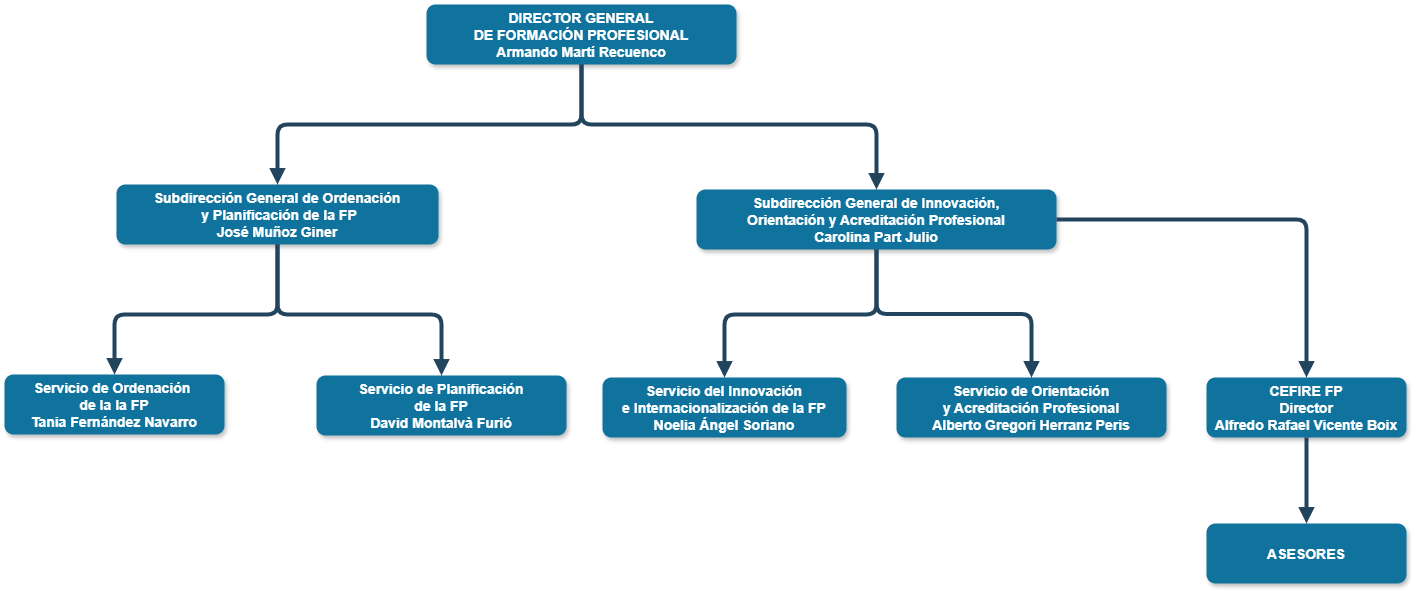
Before: docs/images/organigrama.png, a diagram exported from draw.io (cefirefp/cefirefp.github.io). Source tidied: cells renumbered, new cells last; positions are measured from the earlier drawing's top-left corner, leaving out a move shared by most shapes.
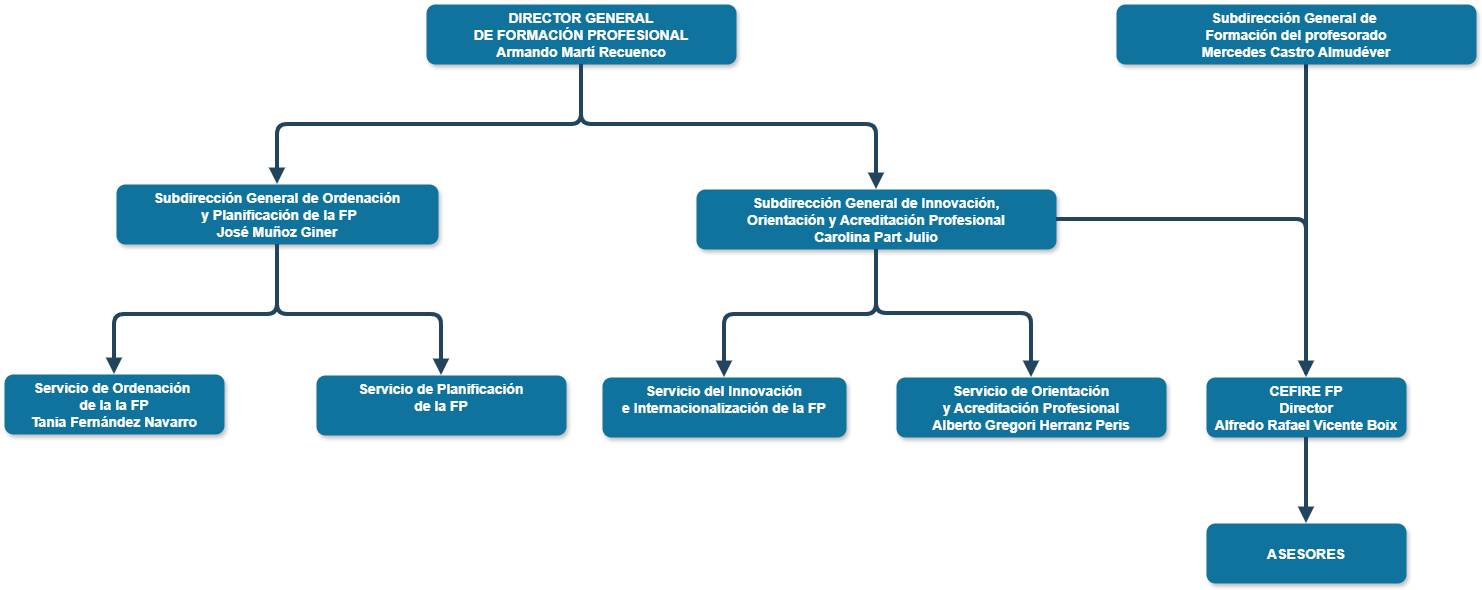
After the commit.

Change to the diagram source:
```diff
@@ -14,10 +14,10 @@
     <mxCell id="5" value="Servicio de Ordenación &#10;de la la FP&#10;Tania Fernández Navarro" style="rounded=1;fillColor=#10739E;strokeColor=none;shadow=1;gradientColor=none;fontStyle=1;fontColor=#FFFFFF;fontSize=14;" parent="1" vertex="1">
       <mxGeometry y="370" width="220" height="60" as="geometry" />
     </mxCell>
-    <mxCell id="6" value="Servicio de Planificación&#10;de la FP&#10;David Montalvà Furió" style="rounded=1;fillColor=#10739E;strokeColor=none;shadow=1;gradientColor=none;fontStyle=1;fontColor=#FFFFFF;fontSize=14;" parent="1" vertex="1">
+    <mxCell id="6" value="Servicio de Planificación&#10;de la FP&#10;" style="rounded=1;fillColor=#10739E;strokeColor=none;shadow=1;gradientColor=none;fontStyle=1;fontColor=#FFFFFF;fontSize=14;" parent="1" vertex="1">
       <mxGeometry x="312" y="371" width="250" height="60" as="geometry" />
     </mxCell>
-    <mxCell id="7" value="Servicio del Innovación&#10;e Internacionalización de la FP&#10;Noelia Ángel Soriano" style="rounded=1;fillColor=#10739E;strokeColor=none;shadow=1;gradientColor=none;fontStyle=1;fontColor=#FFFFFF;fontSize=14;" parent="1" vertex="1">
+    <mxCell id="7" value="Servicio del Innovación&#10;e Internacionalización de la FP&#10;" style="rounded=1;fillColor=#10739E;strokeColor=none;shadow=1;gradientColor=none;fontStyle=1;fontColor=#FFFFFF;fontSize=14;" parent="1" vertex="1">
       <mxGeometry x="598" y="373" width="244" height="60" as="geometry" />
     </mxCell>
     <mxCell id="8" value="Servicio de Orientación&#10;y Acreditación Profesional&#10;Alberto Gregori Herranz Peris" style="rounded=1;fillColor=#10739E;strokeColor=none;shadow=1;gradientColor=none;fontStyle=1;fontColor=#FFFFFF;fontSize=14;" parent="1" vertex="1">
@@ -75,5 +75,16 @@
         </Array>
       </mxGeometry>
     </mxCell>
+    <mxCell id="19" style="edgeStyle=orthogonalEdgeStyle;rounded=1;jettySize=auto;html=1;strokeWidth=4;curved=0;strokeColor=#23445D;endArrow=none;endFill=0;" parent="1" edge="1" source="20">
+      <mxGeometry relative="1" as="geometry">
+        <mxPoint x="1302" y="370" as="targetPoint" />
+        <Array as="points">
+          <mxPoint x="1302" y="215" />
+        </Array>
+      </mxGeometry>
+    </mxCell>
+    <mxCell id="20" value="Subdirección General de &#10;Formación del profesorado&#10;Mercedes Castro Almudéver" style="rounded=1;fillColor=#10739E;strokeColor=none;shadow=1;gradientColor=none;fontStyle=1;fontColor=#FFFFFF;fontSize=14;" parent="1" vertex="1">
+      <mxGeometry x="1112" width="360" height="60" as="geometry" />
+    </mxCell>
   </root>
 </mxGraphModel>
```
